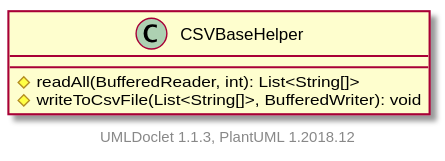
This is projects/oodp/html/umlversion/uml/sg.edu.ntu.scse.cz2002.util.CSVBaseHelper.svg from itachi1706/How-to-use-Git-NTUSCSE1819-Site, a PlantUML export, as it was before one commit. The source it was exported from:
```plantuml
@startuml

    class CSVBaseHelper {
        #readAll(BufferedReader, int): List<String[]>
        #writeToCsvFile(List<String[]>, BufferedWriter): void
    }


    center footer UMLDoclet 1.1.3, PlantUML 1.2018.12
@enduml
```
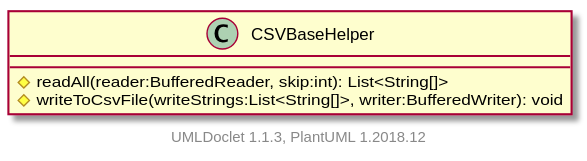
Later version of the same file.

Change to the diagram source:
```diff
@@ -1,8 +1,8 @@
 @startuml
 
-    class CSVBaseHelper {
-        #readAll(BufferedReader, int): List<String[]>
-        #writeToCsvFile(List<String[]>, BufferedWriter): void
+    class CSVBaseHelper [[../sg/edu/ntu/scse/cz2002/util/CSVBaseHelper.html]] {
+        #readAll(reader:BufferedReader, skip:int): List<String[]>
+        #writeToCsvFile(writeStrings:List<String[]>, writer:BufferedWriter): void
     }
 
 
```
